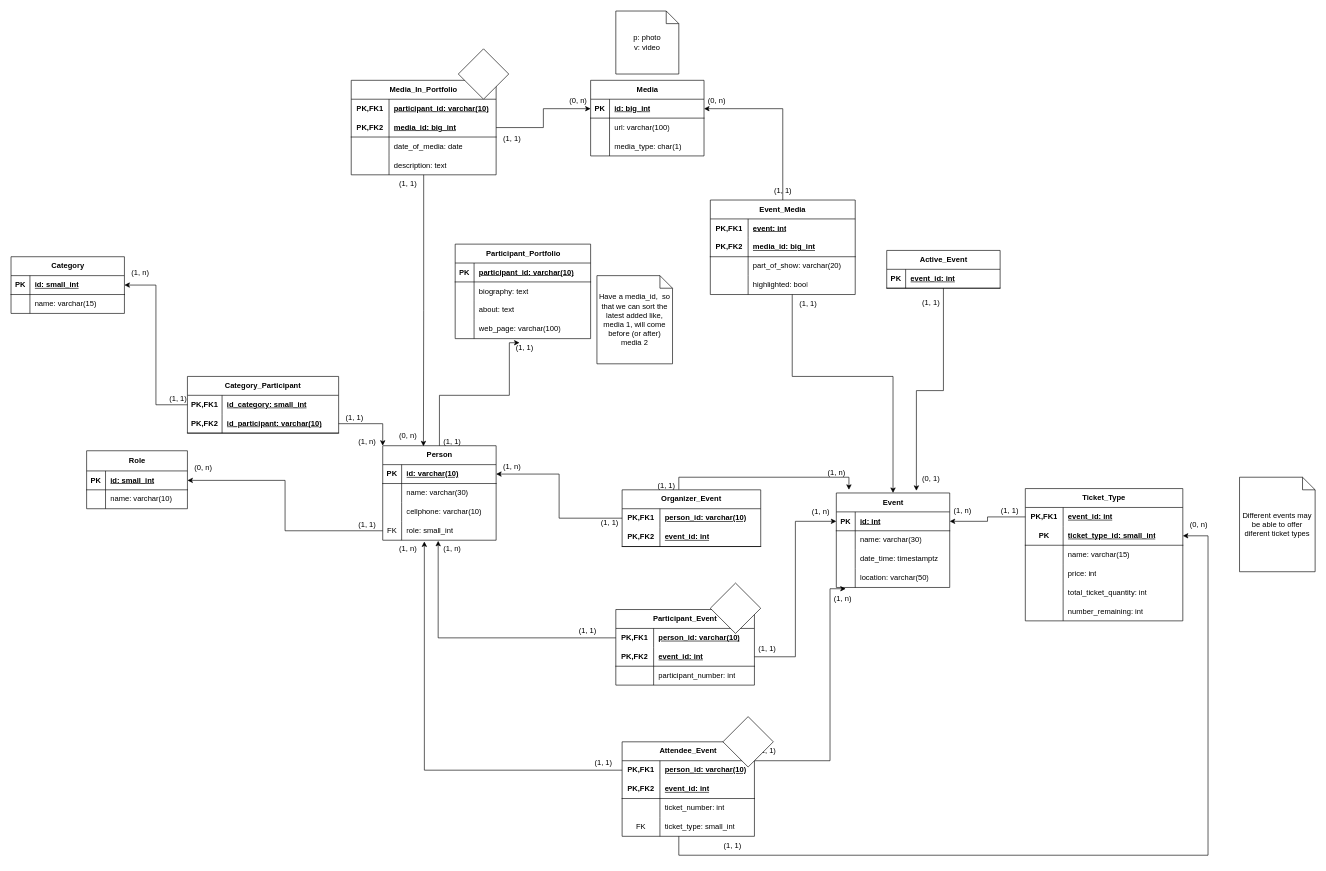
The draw.io diagram DataBaseDiagram.drawio in Laughcheeta1/ImplementationMidterm, before the edit. Source tidied: cells renumbered, new cells numbered last; positions are measured from the earlier drawing's top-left corner, leaving out a move shared by most shapes. Both pictures are drawn from the tidied source at 63%, with x=0, y=0 at pixel (11, 11).
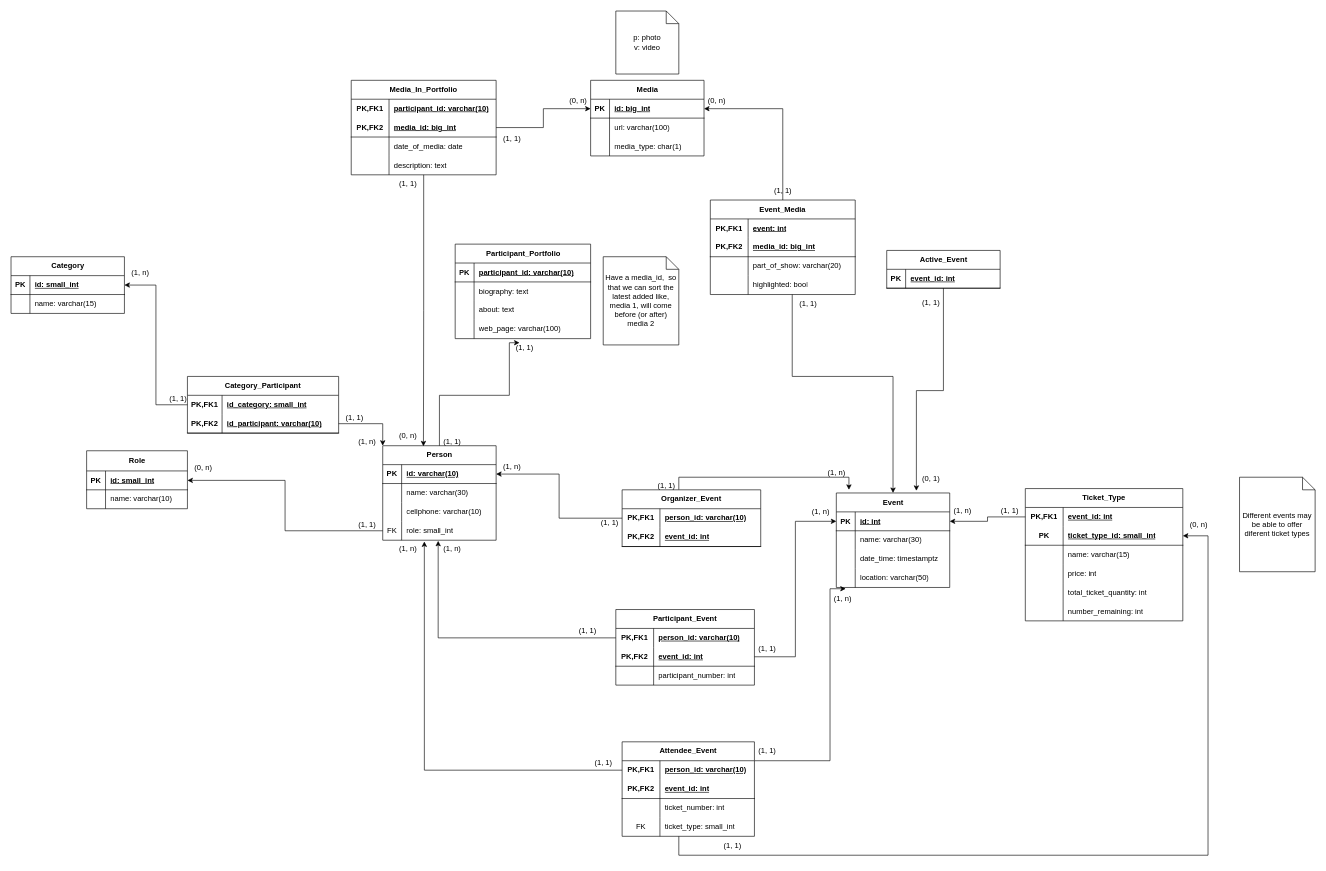
After the change.

The edit, as a diff of the source:
```diff
@@
     <mxCell id="101" value="Have a media_id,&amp;nbsp; so that we can sort the latest added like, media 1, will come before (or after) media 2" style="shape=note;size=20;whiteSpace=wrap;html=1;" parent="1" vertex="1">
-      <mxGeometry x="930" y="420" width="120" height="140" as="geometry" />
+      <mxGeometry x="940" y="390" width="120" height="140" as="geometry" />
     </mxCell>
@@
-    <mxCell id="204" style="rhombus;whiteSpace=wrap;html=1;" parent="1" vertex="1">
-      <mxGeometry x="1110" y="908" width="80" height="80" as="geometry" />
-    </mxCell>
-    <mxCell id="205" style="rhombus;whiteSpace=wrap;html=1;" parent="1" vertex="1">
-      <mxGeometry x="1130" y="1120" width="80" height="80" as="geometry" />
-    </mxCell>
-    <mxCell id="206" style="rhombus;whiteSpace=wrap;html=1;" parent="1" vertex="1">
-      <mxGeometry x="710" y="60" width="80" height="80" as="geometry" />
-    </mxCell>
```
